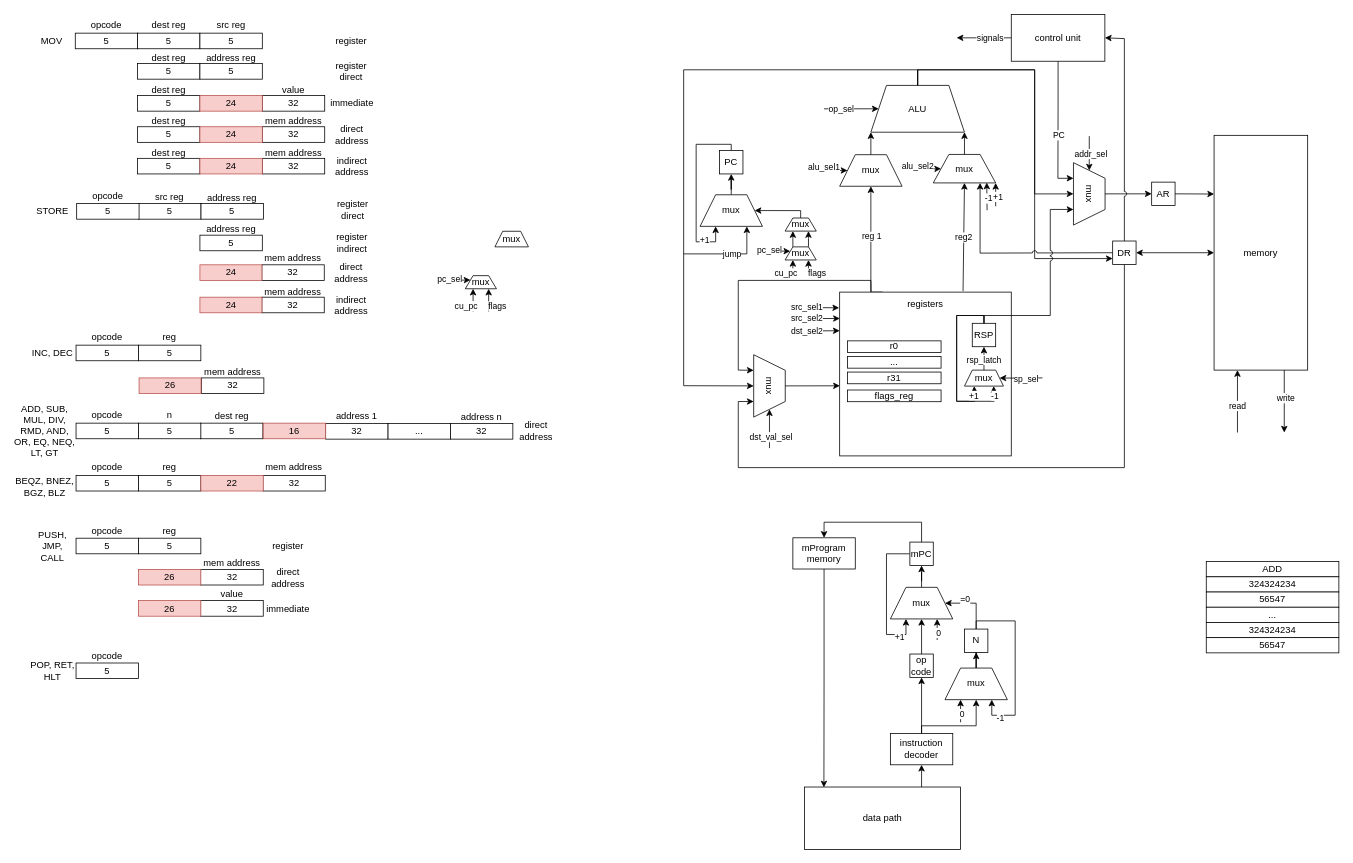
Earlier version of the draw.io diagram resources/csa_lab4.drawio (vanya9090/csa_lab4). Source tidied: cells renumbered, new cells numbered last; positions are measured from the earlier drawing's top-left corner, leaving out a move shared by most shapes. Both pictures are drawn from the tidied source at 78%, with x=0, y=0 at pixel (13, 13).
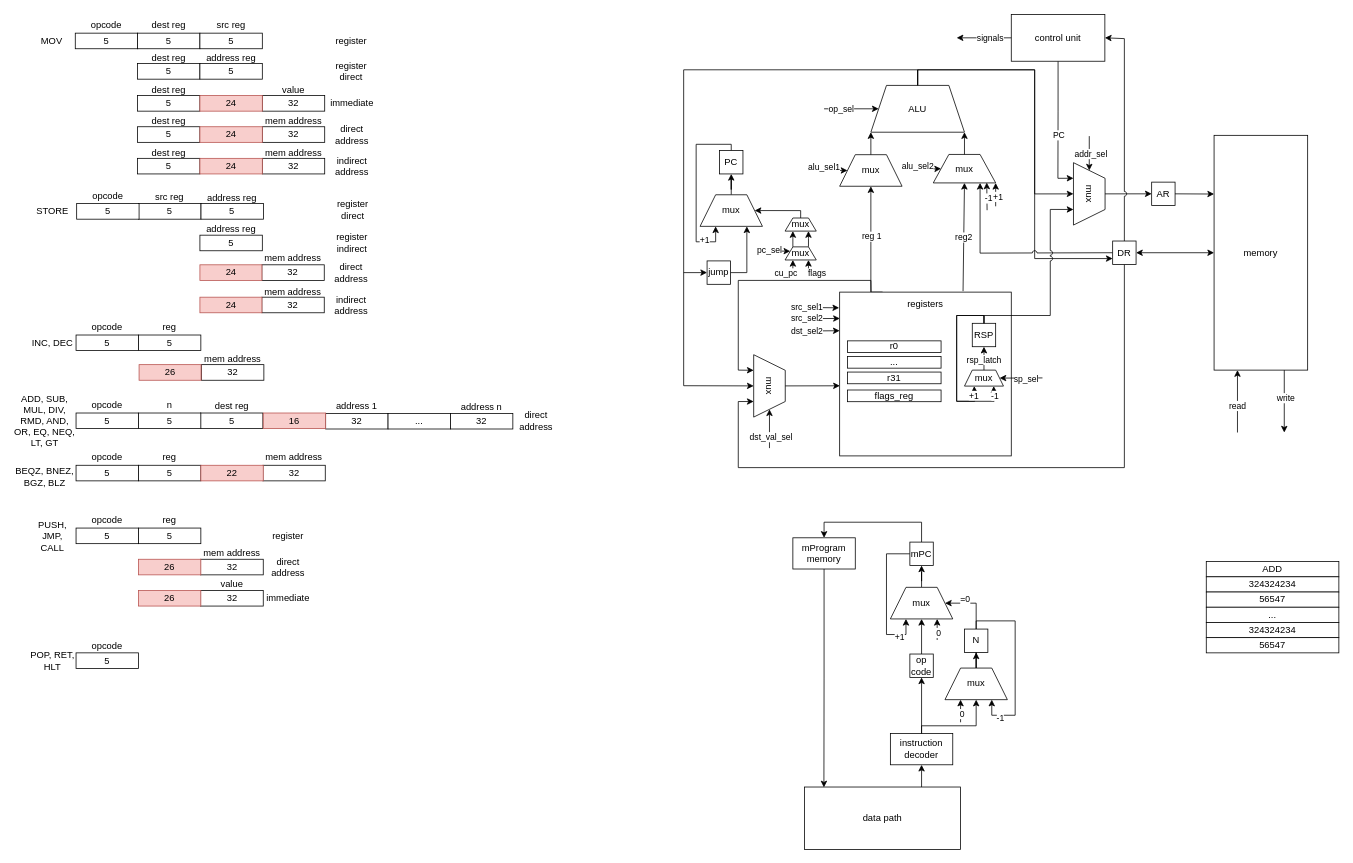
After the change.

Unchanged cells that the change refers to:
```xml
<mxCell id="205" value="mux" style="shape=trapezoid;perimeter=trapezoidPerimeter;whiteSpace=wrap;html=1;fixedSize=1;rotation=0;" parent="1" vertex="1">
  <mxGeometry x="880" y="232.2" width="80" height="40.5" as="geometry" />
</mxCell>
```

Change to the diagram source:
```diff
@@
     <mxCell id="15" value="5" style="rounded=0;whiteSpace=wrap;html=1;" parent="1" vertex="1">
-      <mxGeometry x="80" y="425" width="80" height="20" as="geometry" />
+      <mxGeometry x="80" y="412" width="80" height="20" as="geometry" />
     </mxCell>
     <mxCell id="16" value="INC, DEC" style="text;html=1;align=center;verticalAlign=middle;whiteSpace=wrap;rounded=0;" parent="1" vertex="1">
-      <mxGeometry x="20" y="420" width="60" height="30" as="geometry" />
+      <mxGeometry x="20" y="407" width="60" height="30" as="geometry" />
     </mxCell>
     <mxCell id="17" value="opcode" style="text;html=1;align=center;verticalAlign=middle;whiteSpace=wrap;rounded=0;" parent="1" vertex="1">
-      <mxGeometry x="90" y="400" width="60" height="30" as="geometry" />
+      <mxGeometry x="90" y="387" width="60" height="30" as="geometry" />
     </mxCell>
     <mxCell id="18" value="5" style="rounded=0;whiteSpace=wrap;html=1;" parent="1" vertex="1">
-      <mxGeometry x="160" y="425" width="80" height="20" as="geometry" />
+      <mxGeometry x="160" y="412" width="80" height="20" as="geometry" />
     </mxCell>
     <mxCell id="19" value="reg" style="text;html=1;align=center;verticalAlign=middle;whiteSpace=wrap;rounded=0;" parent="1" vertex="1">
-      <mxGeometry x="170" y="400" width="60" height="30" as="geometry" />
+      <mxGeometry x="170" y="387" width="60" height="30" as="geometry" />
     </mxCell>
     <mxCell id="20" value="32" style="rounded=0;whiteSpace=wrap;html=1;" parent="1" vertex="1">
-      <mxGeometry x="240.8" y="467" width="80" height="20" as="geometry" />
+      <mxGeometry x="240.8" y="450" width="80" height="20" as="geometry" />
     </mxCell>
     <mxCell id="21" value="mem address" style="text;html=1;align=center;verticalAlign=middle;whiteSpace=wrap;rounded=0;" parent="1" vertex="1">
-      <mxGeometry x="220.8" y="445" width="120" height="30" as="geometry" />
+      <mxGeometry x="220.8" y="428" width="120" height="30" as="geometry" />
     </mxCell>
     <mxCell id="22" value="5" style="rounded=0;whiteSpace=wrap;html=1;" parent="1" vertex="1">
-      <mxGeometry x="80" y="525" width="80" height="20" as="geometry" />
+      <mxGeometry x="80" y="512" width="80" height="20" as="geometry" />
     </mxCell>
     <mxCell id="23" value="ADD, SUB, MUL, DIV, RMD, AND, OR, EQ, NEQ, LT, GT" style="text;html=1;align=center;verticalAlign=middle;whiteSpace=wrap;rounded=0;" parent="1" vertex="1">
-      <mxGeometry y="520" width="80" height="30" as="geometry" />
+      <mxGeometry y="507" width="80" height="30" as="geometry" />
     </mxCell>
     <mxCell id="24" value="opcode" style="text;html=1;align=center;verticalAlign=middle;whiteSpace=wrap;rounded=0;" parent="1" vertex="1">
-      <mxGeometry x="90" y="500" width="60" height="30" as="geometry" />
+      <mxGeometry x="90" y="487" width="60" height="30" as="geometry" />
     </mxCell>
     <mxCell id="25" value="32" style="rounded=0;whiteSpace=wrap;html=1;" parent="1" vertex="1">
-      <mxGeometry x="400" y="525.5" width="80" height="20" as="geometry" />
+      <mxGeometry x="400" y="512.5" width="80" height="20" as="geometry" />
     </mxCell>
     <mxCell id="26" value="..." style="rounded=0;whiteSpace=wrap;html=1;" parent="1" vertex="1">
-      <mxGeometry x="480" y="525.5" width="80" height="20" as="geometry" />
+      <mxGeometry x="480" y="512.5" width="80" height="20" as="geometry" />
     </mxCell>
     <mxCell id="27" value="32" style="rounded=0;whiteSpace=wrap;html=1;" parent="1" vertex="1">
-      <mxGeometry x="560" y="525.5" width="80" height="20" as="geometry" />
+      <mxGeometry x="560" y="512.5" width="80" height="20" as="geometry" />
     </mxCell>
     <mxCell id="28" value="address 1" style="text;html=1;align=center;verticalAlign=middle;whiteSpace=wrap;rounded=0;" parent="1" vertex="1">
-      <mxGeometry x="380" y="500.5" width="120" height="30" as="geometry" />
+      <mxGeometry x="380" y="487.5" width="120" height="30" as="geometry" />
     </mxCell>
     <mxCell id="29" value="address n" style="text;html=1;align=center;verticalAlign=middle;whiteSpace=wrap;rounded=0;" parent="1" vertex="1">
-      <mxGeometry x="540" y="502.5" width="120" height="30" as="geometry" />
+      <mxGeometry x="540" y="489.5" width="120" height="30" as="geometry" />
     </mxCell>
     <mxCell id="30" value="5" style="rounded=0;whiteSpace=wrap;html=1;" parent="1" vertex="1">
-      <mxGeometry x="239.5" y="525" width="80" height="20" as="geometry" />
+      <mxGeometry x="239.5" y="512" width="80" height="20" as="geometry" />
     </mxCell>
     <mxCell id="31" value="dest reg" style="text;html=1;align=center;verticalAlign=middle;whiteSpace=wrap;rounded=0;" parent="1" vertex="1">
-      <mxGeometry x="250" y="500.5" width="60" height="30" as="geometry" />
+      <mxGeometry x="250" y="487.5" width="60" height="30" as="geometry" />
     </mxCell>
     <mxCell id="32" value="5" style="rounded=0;whiteSpace=wrap;html=1;" parent="1" vertex="1">
-      <mxGeometry x="80" y="832.5" width="80" height="20" as="geometry" />
+      <mxGeometry x="80" y="819.5" width="80" height="20" as="geometry" />
     </mxCell>
     <mxCell id="33" value="POP, RET, HLT" style="text;html=1;align=center;verticalAlign=middle;whiteSpace=wrap;rounded=0;" parent="1" vertex="1">
-      <mxGeometry x="20" y="827.5" width="60" height="30" as="geometry" />
+      <mxGeometry x="20" y="814.5" width="60" height="30" as="geometry" />
     </mxCell>
     <mxCell id="34" value="opcode" style="text;html=1;align=center;verticalAlign=middle;whiteSpace=wrap;rounded=0;" parent="1" vertex="1">
-      <mxGeometry x="90" y="808.5" width="60" height="30" as="geometry" />
+      <mxGeometry x="90" y="795.5" width="60" height="30" as="geometry" />
     </mxCell>
     <mxCell id="35" value="5" style="rounded=0;whiteSpace=wrap;html=1;" parent="1" vertex="1">
-      <mxGeometry x="160" y="525" width="80" height="20" as="geometry" />
+      <mxGeometry x="160" y="512" width="80" height="20" as="geometry" />
     </mxCell>
     <mxCell id="36" value="n" style="text;html=1;align=center;verticalAlign=middle;whiteSpace=wrap;rounded=0;" parent="1" vertex="1">
-      <mxGeometry x="170" y="500" width="60" height="30" as="geometry" />
+      <mxGeometry x="170" y="487" width="60" height="30" as="geometry" />
     </mxCell>
     <mxCell id="37" value="5" style="rounded=0;whiteSpace=wrap;html=1;" parent="1" vertex="1">
-      <mxGeometry x="80" y="672.5" width="80" height="20" as="geometry" />
+      <mxGeometry x="80" y="659.5" width="80" height="20" as="geometry" />
     </mxCell>
     <mxCell id="38" value="PUSH, JMP, CALL" style="text;html=1;align=center;verticalAlign=middle;whiteSpace=wrap;rounded=0;" parent="1" vertex="1">
-      <mxGeometry x="20" y="667.5" width="60" height="30" as="geometry" />
+      <mxGeometry x="20" y="654.5" width="60" height="30" as="geometry" />
     </mxCell>
     <mxCell id="39" value="opcode" style="text;html=1;align=center;verticalAlign=middle;whiteSpace=wrap;rounded=0;" parent="1" vertex="1">
-      <mxGeometry x="90" y="647.5" width="60" height="30" as="geometry" />
+      <mxGeometry x="90" y="634.5" width="60" height="30" as="geometry" />
     </mxCell>
     <mxCell id="40" value="5" style="rounded=0;whiteSpace=wrap;html=1;" parent="1" vertex="1">
-      <mxGeometry x="160" y="672.5" width="80" height="20" as="geometry" />
+      <mxGeometry x="160" y="659.5" width="80" height="20" as="geometry" />
     </mxCell>
     <mxCell id="41" value="reg" style="text;html=1;align=center;verticalAlign=middle;whiteSpace=wrap;rounded=0;" parent="1" vertex="1">
-      <mxGeometry x="170" y="647.5" width="60" height="30" as="geometry" />
+      <mxGeometry x="170" y="634.5" width="60" height="30" as="geometry" />
     </mxCell>
     <mxCell id="42" value="32" style="rounded=0;whiteSpace=wrap;html=1;" parent="1" vertex="1">
-      <mxGeometry x="239.5" y="712.5" width="80.5" height="20" as="geometry" />
+      <mxGeometry x="239.5" y="699.5" width="80.5" height="20" as="geometry" />
     </mxCell>
     <mxCell id="43" value="mem address" style="text;html=1;align=center;verticalAlign=middle;whiteSpace=wrap;rounded=0;" parent="1" vertex="1">
-      <mxGeometry x="220" y="690" width="120" height="30" as="geometry" />
+      <mxGeometry x="220" y="677" width="120" height="30" as="geometry" />
     </mxCell>
     <mxCell id="44" value="32" style="rounded=0;whiteSpace=wrap;html=1;" parent="1" vertex="1">
-      <mxGeometry x="239.5" y="752.5" width="80.5" height="20" as="geometry" />
+      <mxGeometry x="239.5" y="739.5" width="80.5" height="20" as="geometry" />
     </mxCell>
     <mxCell id="45" value="value" style="text;html=1;align=center;verticalAlign=middle;whiteSpace=wrap;rounded=0;" parent="1" vertex="1">
-      <mxGeometry x="220" y="730" width="120" height="30" as="geometry" />
+      <mxGeometry x="220" y="717" width="120" height="30" as="geometry" />
     </mxCell>
@@
     <mxCell id="118" value="16" style="rounded=0;whiteSpace=wrap;html=1;fillColor=#f8cecc;strokeColor=#b85450;" parent="1" vertex="1">
-      <mxGeometry x="320" y="525" width="80" height="20" as="geometry" />
+      <mxGeometry x="320" y="512" width="80" height="20" as="geometry" />
     </mxCell>
     <mxCell id="119" value="26" style="rounded=0;whiteSpace=wrap;html=1;fillColor=#f8cecc;strokeColor=#b85450;" parent="1" vertex="1">
-      <mxGeometry x="160" y="712.5" width="80" height="20" as="geometry" />
+      <mxGeometry x="160" y="699.5" width="80" height="20" as="geometry" />
     </mxCell>
     <mxCell id="120" value="26" style="rounded=0;whiteSpace=wrap;html=1;fillColor=#f8cecc;strokeColor=#b85450;" parent="1" vertex="1">
-      <mxGeometry x="160" y="752.5" width="80" height="20" as="geometry" />
+      <mxGeometry x="160" y="739.5" width="80" height="20" as="geometry" />
     </mxCell>
@@
     <mxCell id="138" value="5" style="rounded=0;whiteSpace=wrap;html=1;" parent="1" vertex="1">
-      <mxGeometry x="80" y="592" width="80" height="20" as="geometry" />
+      <mxGeometry x="80" y="579" width="80" height="20" as="geometry" />
     </mxCell>
     <mxCell id="139" value="opcode" style="text;html=1;align=center;verticalAlign=middle;whiteSpace=wrap;rounded=0;" parent="1" vertex="1">
-      <mxGeometry x="90" y="567" width="60" height="30" as="geometry" />
+      <mxGeometry x="90" y="554" width="60" height="30" as="geometry" />
     </mxCell>
     <mxCell id="140" value="5" style="rounded=0;whiteSpace=wrap;html=1;" parent="1" vertex="1">
-      <mxGeometry x="160" y="592" width="80" height="20" as="geometry" />
+      <mxGeometry x="160" y="579" width="80" height="20" as="geometry" />
     </mxCell>
     <mxCell id="141" value="reg" style="text;html=1;align=center;verticalAlign=middle;whiteSpace=wrap;rounded=0;" parent="1" vertex="1">
-      <mxGeometry x="170" y="567" width="60" height="30" as="geometry" />
+      <mxGeometry x="170" y="554" width="60" height="30" as="geometry" />
     </mxCell>
     <mxCell id="142" value="BEQZ, BNEZ, BGZ, BLZ" style="text;html=1;align=center;verticalAlign=middle;whiteSpace=wrap;rounded=0;" parent="1" vertex="1">
-      <mxGeometry y="592" width="80" height="30" as="geometry" />
+      <mxGeometry y="579" width="80" height="30" as="geometry" />
     </mxCell>
     <mxCell id="143" value="32" style="rounded=0;whiteSpace=wrap;html=1;" parent="1" vertex="1">
-      <mxGeometry x="319.5" y="592" width="80" height="20" as="geometry" />
+      <mxGeometry x="319.5" y="579" width="80" height="20" as="geometry" />
     </mxCell>
     <mxCell id="144" value="mem address" style="text;html=1;align=center;verticalAlign=middle;whiteSpace=wrap;rounded=0;" parent="1" vertex="1">
-      <mxGeometry x="319" y="567" width="80.5" height="30" as="geometry" />
+      <mxGeometry x="319" y="554" width="80.5" height="30" as="geometry" />
     </mxCell>
     <mxCell id="145" value="22" style="rounded=0;whiteSpace=wrap;html=1;fillColor=#f8cecc;strokeColor=#b85450;" parent="1" vertex="1">
-      <mxGeometry x="240" y="592" width="80" height="20" as="geometry" />
+      <mxGeometry x="240" y="579" width="80" height="20" as="geometry" />
     </mxCell>
@@
     <mxCell id="164" value="direct address" style="text;html=1;align=center;verticalAlign=middle;whiteSpace=wrap;rounded=0;" parent="1" vertex="1">
-      <mxGeometry x="640" y="520" width="60" height="30" as="geometry" />
+      <mxGeometry x="640" y="507" width="60" height="30" as="geometry" />
     </mxCell>
     <mxCell id="165" value="register" style="text;html=1;align=center;verticalAlign=middle;whiteSpace=wrap;rounded=0;" parent="1" vertex="1">
-      <mxGeometry x="321.5" y="667.5" width="60" height="30" as="geometry" />
+      <mxGeometry x="321.5" y="654.5" width="60" height="30" as="geometry" />
     </mxCell>
     <mxCell id="166" value="direct address" style="text;html=1;align=center;verticalAlign=middle;whiteSpace=wrap;rounded=0;" parent="1" vertex="1">
-      <mxGeometry x="321.5" y="707.5" width="60" height="30" as="geometry" />
+      <mxGeometry x="321.5" y="694.5" width="60" height="30" as="geometry" />
     </mxCell>
     <mxCell id="167" value="immediate" style="text;html=1;align=center;verticalAlign=middle;whiteSpace=wrap;rounded=0;" parent="1" vertex="1">
-      <mxGeometry x="321.5" y="747.5" width="60" height="30" as="geometry" />
+      <mxGeometry x="321.5" y="734.5" width="60" height="30" as="geometry" />
     </mxCell>
@@
     <mxCell id="170" value="26" style="rounded=0;whiteSpace=wrap;html=1;fillColor=#f8cecc;strokeColor=#b85450;" parent="1" vertex="1">
-      <mxGeometry x="160.8" y="467" width="79.5" height="20" as="geometry" />
+      <mxGeometry x="160.8" y="450" width="79.5" height="20" as="geometry" />
     </mxCell>
@@
-    <mxCell id="206" style="endArrow=classic;html=1;rounded=0;entryX=0.75;entryY=1;entryDx=0;entryDy=0;" parent="1" edge="1" target="205">
+    <mxCell id="206" style="endArrow=classic;html=1;rounded=0;entryX=0.75;entryY=1;entryDx=0;entryDy=0;" parent="1" edge="1" source="207" target="205">
       <mxGeometry relative="1" as="geometry">
-        <mxPoint x="859" y="308" as="sourcePoint" />
         <Array as="points">
-          <mxPoint x="940" y="308" />
+          <mxPoint x="940" y="332" />
         </Array>
       </mxGeometry>
     </mxCell>
-    <mxCell id="207" value="jump" style="edgeLabel;html=1;align=center;verticalAlign=middle;points=[];" parent="206" vertex="1">
-      <mxGeometry x="0.69" relative="1" as="geometry">
-        <mxPoint x="-20" y="17" as="offset" />
-      </mxGeometry>
-    </mxCell>
@@
-    <mxCell id="209" value="mux" style="shape=trapezoid;perimeter=trapezoidPerimeter;whiteSpace=wrap;html=1;fixedSize=1;rotation=0;size=10;" parent="1" vertex="1">
-      <mxGeometry x="579" y="335.9" width="40" height="16.8" as="geometry" />
-    </mxCell>
-    <mxCell id="210" style="endArrow=classic;html=1;rounded=0;entryX=0.75;entryY=1;entryDx=0;entryDy=0;" parent="1" edge="1" target="209">
-      <mxGeometry relative="1" as="geometry">
-        <mxPoint x="609" y="381.9" as="sourcePoint" />
-      </mxGeometry>
-    </mxCell>
-    <mxCell id="211" value="flags" style="edgeLabel;html=1;align=center;verticalAlign=middle;" parent="210" vertex="1">
-      <mxGeometry x="-0.24" y="-1" relative="1" as="geometry">
-        <mxPoint x="9" y="4" as="offset" />
-      </mxGeometry>
-    </mxCell>
-    <mxCell id="212" style="endArrow=classic;html=1;rounded=0;entryX=0.25;entryY=1;entryDx=0;entryDy=0;" parent="1" edge="1" target="209">
-      <mxGeometry relative="1" as="geometry">
-        <mxPoint x="589" y="381.9" as="sourcePoint" />
-      </mxGeometry>
-    </mxCell>
-    <mxCell id="213" value="cu_pc" style="edgeLabel;html=1;align=center;verticalAlign=middle;" parent="212" vertex="1">
-      <mxGeometry x="-0.24" y="-1" relative="1" as="geometry">
-        <mxPoint x="-11" y="4" as="offset" />
-      </mxGeometry>
-    </mxCell>
-    <mxCell id="214" style="endArrow=classic;html=1;rounded=0;entryX=0;entryY=0.25;entryDx=0;entryDy=0;" parent="1" edge="1" target="209">
-      <mxGeometry relative="1" as="geometry">
-        <mxPoint x="559" y="341.9" as="sourcePoint" />
-      </mxGeometry>
-    </mxCell>
-    <mxCell id="215" value="pc_sel" style="edgeLabel;html=1;align=center;verticalAlign=middle;" parent="214" vertex="1">
-      <mxGeometry x="-0.36" y="1" relative="1" as="geometry">
-        <mxPoint x="-9" y="-1" as="offset" />
-      </mxGeometry>
-    </mxCell>
-    <mxCell id="216" value="mux" style="shape=trapezoid;perimeter=trapezoidPerimeter;whiteSpace=wrap;html=1;fixedSize=1;rotation=0;size=10;" parent="1" vertex="1">
-      <mxGeometry x="617" y="279" width="43" height="20" as="geometry" />
-    </mxCell>
@@
+    <mxCell id="228" style="endArrow=classic;html=1;rounded=0;entryX=0;entryY=0.5;entryDx=0;entryDy=0;" parent="1" edge="1" target="207">
+      <mxGeometry relative="1" as="geometry">
+        <mxPoint x="859" y="332" as="sourcePoint" />
+      </mxGeometry>
+    </mxCell>
+    <mxCell id="207" value="jump" style="rounded=0;whiteSpace=wrap;html=1;" parent="1" vertex="1">
+      <mxGeometry x="889" y="317" width="30" height="30" as="geometry" />
+    </mxCell>
```
